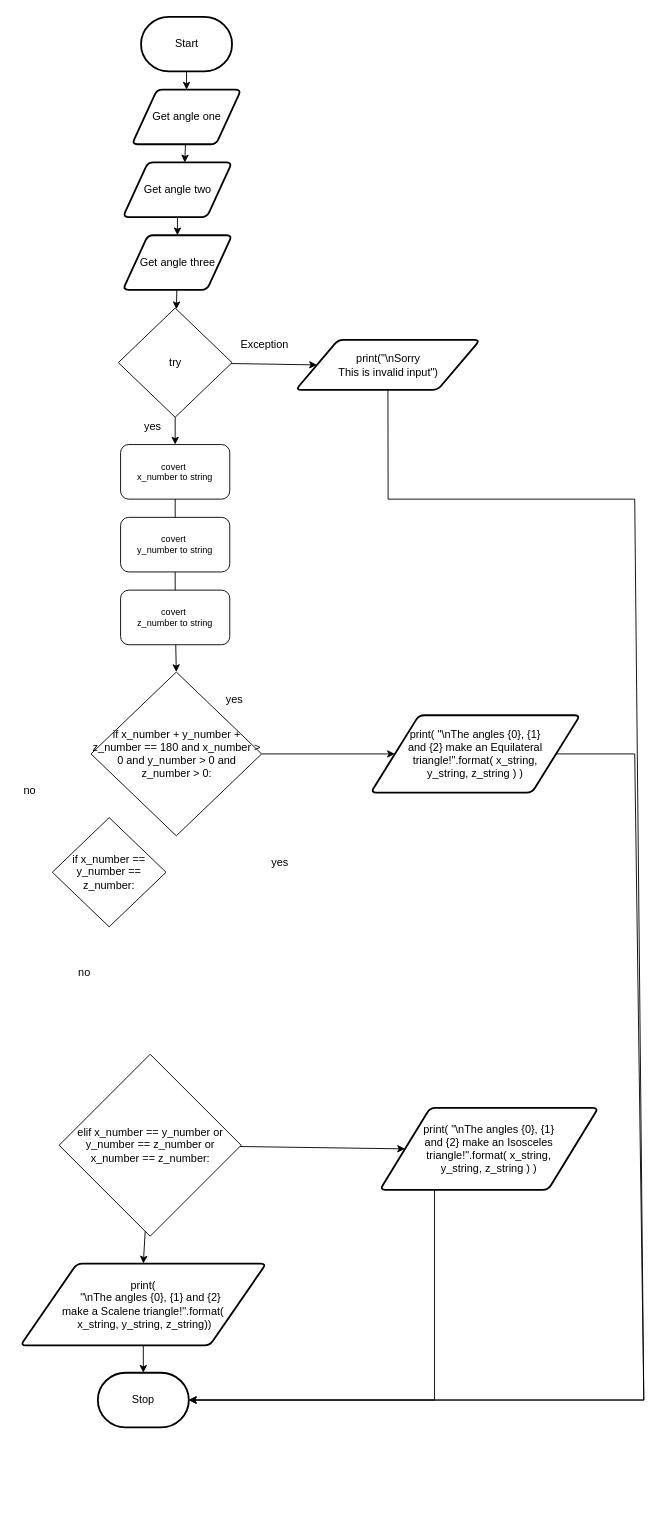
Emmanuel-Fofeyin/ICS3U-assignment4-Python keeps this draw.io diagram as design/flowchart.drawio. Above is the earlier version. Source tidied: cells renumbered, new cells numbered last; positions are measured from the earlier drawing's top-left corner, leaving out a move shared by most shapes. Both pictures are drawn from the tidied source at 91%, with x=0, y=0 at pixel (15, 16).
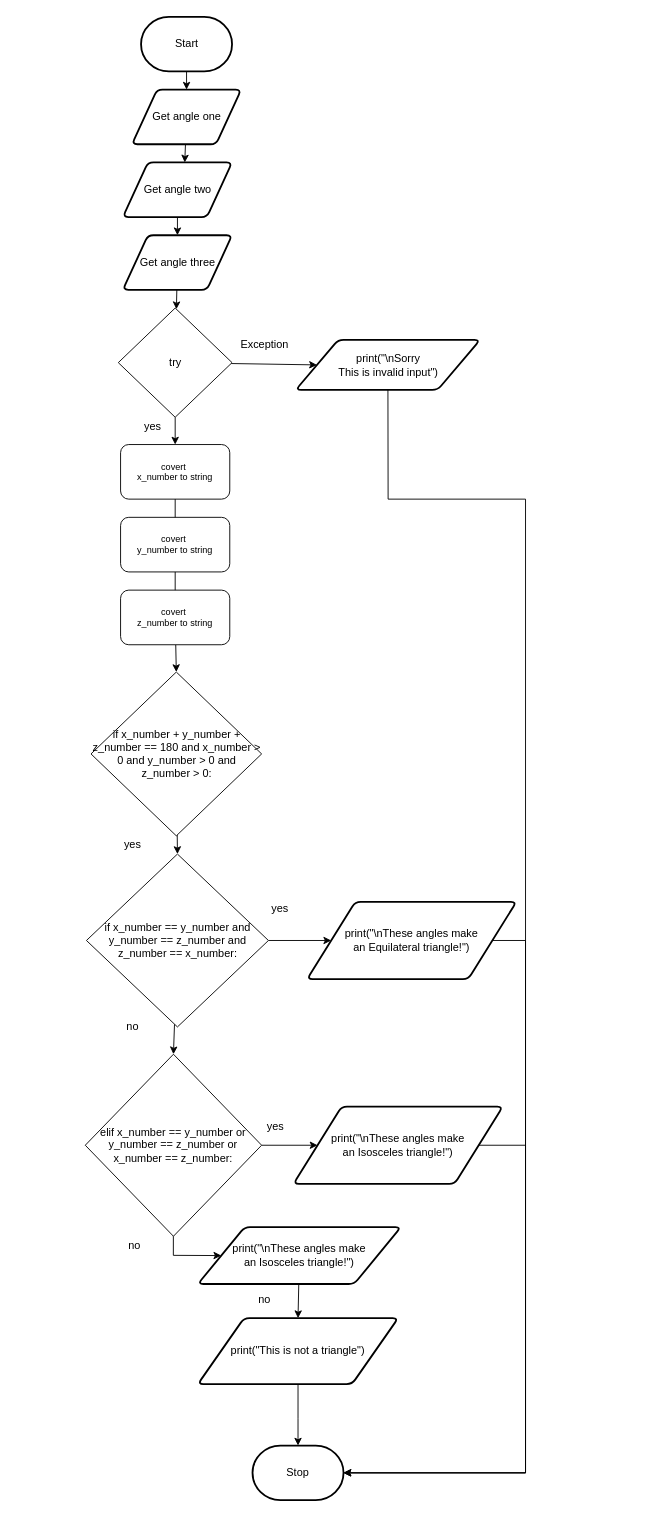
Above is the later version.

Unchanged cells that the change refers to:
```xml
<mxCell id="12" value="print(&quot;\nSorry &lt;br&gt;This is invalid input&quot;)" style="shape=parallelogram;html=1;strokeWidth=2;perimeter=parallelogramPerimeter;whiteSpace=wrap;rounded=1;arcSize=12;size=0.23;" parent="1" vertex="1">
  <mxGeometry x="307.5" y="355" width="202.5" height="55" as="geometry" />
</mxCell>
<mxCell id="24" value="if x_number + y_number + z_number == 180 and x_number &amp;gt; 0 and y_number &amp;gt; 0 and z_number &amp;gt; 0:" style="rhombus;whiteSpace=wrap;html=1;" parent="1" vertex="1">
  <mxGeometry x="82.5" y="720" width="187.5" height="180" as="geometry" />
</mxCell>
```

What changed in the source:
```diff
@@
     <mxCell id="10" value="Stop" style="strokeWidth=2;html=1;shape=mxgraph.flowchart.terminator;whiteSpace=wrap;" parent="1" vertex="1">
-      <mxGeometry x="90" y="1490" width="100" height="60" as="geometry" />
+      <mxGeometry x="260" y="1570" width="100" height="60" as="geometry" />
     </mxCell>
     <mxCell id="11" style="edgeStyle=none;rounded=0;html=1;entryX=1;entryY=0.5;entryDx=0;entryDy=0;entryPerimeter=0;" parent="1" edge="1" source="12" target="10">
       <mxGeometry relative="1" as="geometry">
         <Array as="points">
           <mxPoint x="409" y="530" />
-          <mxPoint x="680" y="530" />
-          <mxPoint x="690" y="1520" />
+          <mxPoint x="560" y="530" />
+          <mxPoint x="560" y="1600" />
         </Array>
       </mxGeometry>
     </mxCell>
@@
-    <mxCell id="23" style="edgeStyle=none;html=1;entryX=0;entryY=0.5;entryDx=0;entryDy=0;" parent="1" edge="1" source="24" target="27">
+    <mxCell id="23" style="edgeStyle=none;html=1;entryX=0;entryY=0.5;entryDx=0;entryDy=0;exitX=1;exitY=0.5;exitDx=0;exitDy=0;" parent="1" edge="1" source="39" target="27">
       <mxGeometry relative="1" as="geometry" />
     </mxCell>
+    <mxCell id="40" style="edgeStyle=none;html=1;entryX=0.5;entryY=0;entryDx=0;entryDy=0;" parent="1" edge="1" source="24" target="39">
+      <mxGeometry relative="1" as="geometry" />
+    </mxCell>
@@
-    <mxCell id="26" style="edgeStyle=none;rounded=0;html=1;entryX=1;entryY=0.5;entryDx=0;entryDy=0;entryPerimeter=0;" parent="1" edge="1" source="27" target="10">
+    <mxCell id="26" style="edgeStyle=none;rounded=0;html=1;entryX=1;entryY=0.5;entryDx=0;entryDy=0;entryPerimeter=0;exitX=1;exitY=0.5;exitDx=0;exitDy=0;" parent="1" edge="1" source="27" target="10">
       <mxGeometry relative="1" as="geometry">
         <Array as="points">
-          <mxPoint x="680" y="810" />
-          <mxPoint x="690" y="1520" />
+          <mxPoint x="560" y="1015" />
+          <mxPoint x="560" y="1600" />
         </Array>
       </mxGeometry>
     </mxCell>
-    <mxCell id="27" value="print( &quot;\nThe angles {0}, {1} &lt;br&gt;and {2} make an Equilateral &lt;br&gt;triangle!&quot;.format( x_string, &lt;br&gt;y_string, z_string ) )" style="shape=parallelogram;html=1;strokeWidth=2;perimeter=parallelogramPerimeter;whiteSpace=wrap;rounded=1;arcSize=12;size=0.23;" parent="1" vertex="1">
-      <mxGeometry x="390" y="767.5" width="230" height="85" as="geometry" />
+    <mxCell id="27" value="print(&quot;\nThese angles make &lt;br&gt;an Equilateral triangle!&quot;)" style="shape=parallelogram;html=1;strokeWidth=2;perimeter=parallelogramPerimeter;whiteSpace=wrap;rounded=1;arcSize=12;size=0.23;" parent="1" vertex="1">
+      <mxGeometry x="320" y="972.5" width="230" height="85" as="geometry" />
     </mxCell>
-    <mxCell id="28" value="yes" style="text;html=1;align=center;verticalAlign=middle;strokeColor=none;fillColor=none;" parent="1" vertex="1">
-      <mxGeometry x="225" y="740" width="30" height="20" as="geometry" />
-    </mxCell>
-    <mxCell id="29" value="no" style="text;html=1;align=center;verticalAlign=middle;strokeColor=none;fillColor=none;" parent="1" vertex="1">
-      <mxGeometry y="840" width="30" height="20" as="geometry" />
-    </mxCell>
-    <mxCell id="30" style="edgeStyle=none;rounded=0;html=1;entryX=0;entryY=0.5;entryDx=0;entryDy=0;" parent="1" edge="1" source="32" target="34">
-      <mxGeometry relative="1" as="geometry" />
-    </mxCell>
-    <mxCell id="31" style="edgeStyle=none;rounded=0;html=1;entryX=0.5;entryY=0;entryDx=0;entryDy=0;" parent="1" edge="1" source="32" target="38">
-      <mxGeometry relative="1" as="geometry" />
-    </mxCell>
-    <mxCell id="32" value="elif x_number == y_number or y_number == z_number or x_number == z_number:" style="rhombus;whiteSpace=wrap;html=1;" parent="1" vertex="1">
-      <mxGeometry x="47.5" y="1140" width="200" height="200" as="geometry" />
-    </mxCell>
-    <mxCell id="33" style="edgeStyle=none;rounded=0;html=1;exitX=0.25;exitY=1;exitDx=0;exitDy=0;entryX=1;entryY=0.5;entryDx=0;entryDy=0;entryPerimeter=0;" parent="1" edge="1" source="34" target="10">
-      <mxGeometry relative="1" as="geometry">
-        <Array as="points">
-          <mxPoint x="460" y="1520" />
-        </Array>
-      </mxGeometry>
-    </mxCell>
-    <mxCell id="34" value="print( &quot;\nThe angles {0}, {1} &lt;br&gt;and {2} make an Isosceles &lt;br&gt;triangle!&quot;.format( x_string, &lt;br&gt;y_string, z_string ) )" style="shape=parallelogram;html=1;strokeWidth=2;perimeter=parallelogramPerimeter;whiteSpace=wrap;rounded=1;arcSize=12;size=0.23;" parent="1" vertex="1">
-      <mxGeometry x="400" y="1199" width="240" height="90" as="geometry" />
-    </mxCell>
     <mxCell id="35" value="yes" style="text;html=1;align=center;verticalAlign=middle;strokeColor=none;fillColor=none;" parent="1" vertex="1">
-      <mxGeometry x="275" y="920" width="30" height="20" as="geometry" />
+      <mxGeometry x="112.5" y="900" width="30" height="20" as="geometry" />
     </mxCell>
     <mxCell id="36" value="no" style="text;html=1;align=center;verticalAlign=middle;strokeColor=none;fillColor=none;" parent="1" vertex="1">
-      <mxGeometry x="60" y="1040" width="30" height="20" as="geometry" />
+      <mxGeometry x="112.5" y="1100" width="30" height="20" as="geometry" />
     </mxCell>
-    <mxCell id="37" style="edgeStyle=none;rounded=0;html=1;entryX=0.5;entryY=0;entryDx=0;entryDy=0;entryPerimeter=0;" parent="1" edge="1" source="38" target="10">
-      <mxGeometry relative="1" as="geometry" />
-    </mxCell>
-    <mxCell id="38" value="&lt;div&gt;print(&lt;/div&gt;&lt;div&gt;&amp;nbsp; &amp;nbsp; &amp;nbsp; &quot;\nThe angles {0}, {1} and {2}&amp;nbsp;&lt;/div&gt;&lt;div&gt;make a Scalene&amp;nbsp;&lt;span&gt;triangle!&quot;.format(&lt;/span&gt;&lt;/div&gt;&lt;div&gt;&amp;nbsp;x_string, y_string, z_string&lt;span&gt;)&lt;/span&gt;&lt;span&gt;)&lt;/span&gt;&lt;/div&gt;" style="shape=parallelogram;html=1;strokeWidth=2;perimeter=parallelogramPerimeter;whiteSpace=wrap;rounded=1;arcSize=12;size=0.23;" parent="1" vertex="1">
-      <mxGeometry x="5" y="1370" width="270" height="90" as="geometry" />
-    </mxCell>
+    <mxCell id="41" style="edgeStyle=none;rounded=0;html=1;entryX=0.5;entryY=0;entryDx=0;entryDy=0;" parent="1" edge="1" source="39" target="32">
+      <mxGeometry relative="1" as="geometry" />
+    </mxCell>
-    <mxCell id="39" value="if x_number == y_number == z_number:" style="rhombus;whiteSpace=wrap;html=1;" parent="1" vertex="1">
-      <mxGeometry x="40" y="880" width="125" height="120" as="geometry" />
+    <mxCell id="39" value="if x_number == y_number and y_number == z_number and z_number == x_number:" style="rhombus;whiteSpace=wrap;html=1;" parent="1" vertex="1">
+      <mxGeometry x="77.5" y="920" width="200" height="190" as="geometry" />
     </mxCell>
+    <mxCell id="42" value="yes" style="text;html=1;align=center;verticalAlign=middle;strokeColor=none;fillColor=none;" parent="1" vertex="1">
+      <mxGeometry x="275" y="970" width="30" height="20" as="geometry" />
+    </mxCell>
+    <mxCell id="43" style="edgeStyle=none;rounded=0;html=1;entryX=0;entryY=0.5;entryDx=0;entryDy=0;" parent="1" edge="1" source="32" target="46">
+      <mxGeometry relative="1" as="geometry" />
+    </mxCell>
+    <mxCell id="44" style="edgeStyle=none;rounded=0;html=1;entryX=0;entryY=0.5;entryDx=0;entryDy=0;" parent="1" edge="1" source="32" target="50">
+      <mxGeometry relative="1" as="geometry">
+        <Array as="points">
+          <mxPoint x="173" y="1361" />
+        </Array>
+      </mxGeometry>
+    </mxCell>
+    <mxCell id="32" value="elif x_number == y_number or y_number == z_number or x_number == z_number:" style="rhombus;whiteSpace=wrap;html=1;" parent="1" vertex="1">
+      <mxGeometry x="76.2" y="1140" width="193.8" height="200" as="geometry" />
+    </mxCell>
+    <mxCell id="45" style="edgeStyle=none;rounded=0;html=1;entryX=1;entryY=0.5;entryDx=0;entryDy=0;entryPerimeter=0;" parent="1" edge="1" source="46" target="10">
+      <mxGeometry relative="1" as="geometry">
+        <Array as="points">
+          <mxPoint x="560" y="1240" />
+          <mxPoint x="560" y="1600" />
+        </Array>
+      </mxGeometry>
+    </mxCell>
+    <mxCell id="46" value="print(&quot;\nThese angles make &lt;br&gt;an Isosceles triangle!&quot;)" style="shape=parallelogram;html=1;strokeWidth=2;perimeter=parallelogramPerimeter;whiteSpace=wrap;rounded=1;arcSize=12;size=0.23;" parent="1" vertex="1">
+      <mxGeometry x="305" y="1197.5" width="230" height="85" as="geometry" />
+    </mxCell>
+    <mxCell id="47" value="yes" style="text;html=1;align=center;verticalAlign=middle;strokeColor=none;fillColor=none;" parent="1" vertex="1">
+      <mxGeometry x="270" y="1210" width="30" height="20" as="geometry" />
+    </mxCell>
+    <mxCell id="48" value="no" style="text;html=1;align=center;verticalAlign=middle;strokeColor=none;fillColor=none;" parent="1" vertex="1">
+      <mxGeometry x="115" y="1340" width="30" height="20" as="geometry" />
+    </mxCell>
+    <mxCell id="49" style="edgeStyle=none;rounded=0;html=1;entryX=0.5;entryY=0;entryDx=0;entryDy=0;" parent="1" edge="1" source="50" target="53">
+      <mxGeometry relative="1" as="geometry" />
+    </mxCell>
+    <mxCell id="50" value="print(&quot;\nThese angles make &lt;br&gt;an Isosceles triangle!&quot;)" style="shape=parallelogram;html=1;strokeWidth=2;perimeter=parallelogramPerimeter;whiteSpace=wrap;rounded=1;arcSize=12;size=0.23;" parent="1" vertex="1">
+      <mxGeometry x="200" y="1330" width="223" height="62.5" as="geometry" />
+    </mxCell>
+    <mxCell id="51" value="no" style="text;html=1;align=center;verticalAlign=middle;strokeColor=none;fillColor=none;" parent="1" vertex="1">
+      <mxGeometry x="257.5" y="1400" width="30" height="20" as="geometry" />
+    </mxCell>
+    <mxCell id="52" style="edgeStyle=none;rounded=0;html=1;entryX=0.5;entryY=0;entryDx=0;entryDy=0;entryPerimeter=0;" parent="1" edge="1" source="53" target="10">
+      <mxGeometry relative="1" as="geometry">
+        <Array as="points">
+          <mxPoint x="310" y="1540" />
+        </Array>
+      </mxGeometry>
+    </mxCell>
+    <mxCell id="53" value="print(&quot;This is not a triangle&quot;)" style="shape=parallelogram;html=1;strokeWidth=2;perimeter=parallelogramPerimeter;whiteSpace=wrap;rounded=1;arcSize=12;size=0.23;" parent="1" vertex="1">
+      <mxGeometry x="200" y="1430" width="220" height="72.5" as="geometry" />
+    </mxCell>
```
